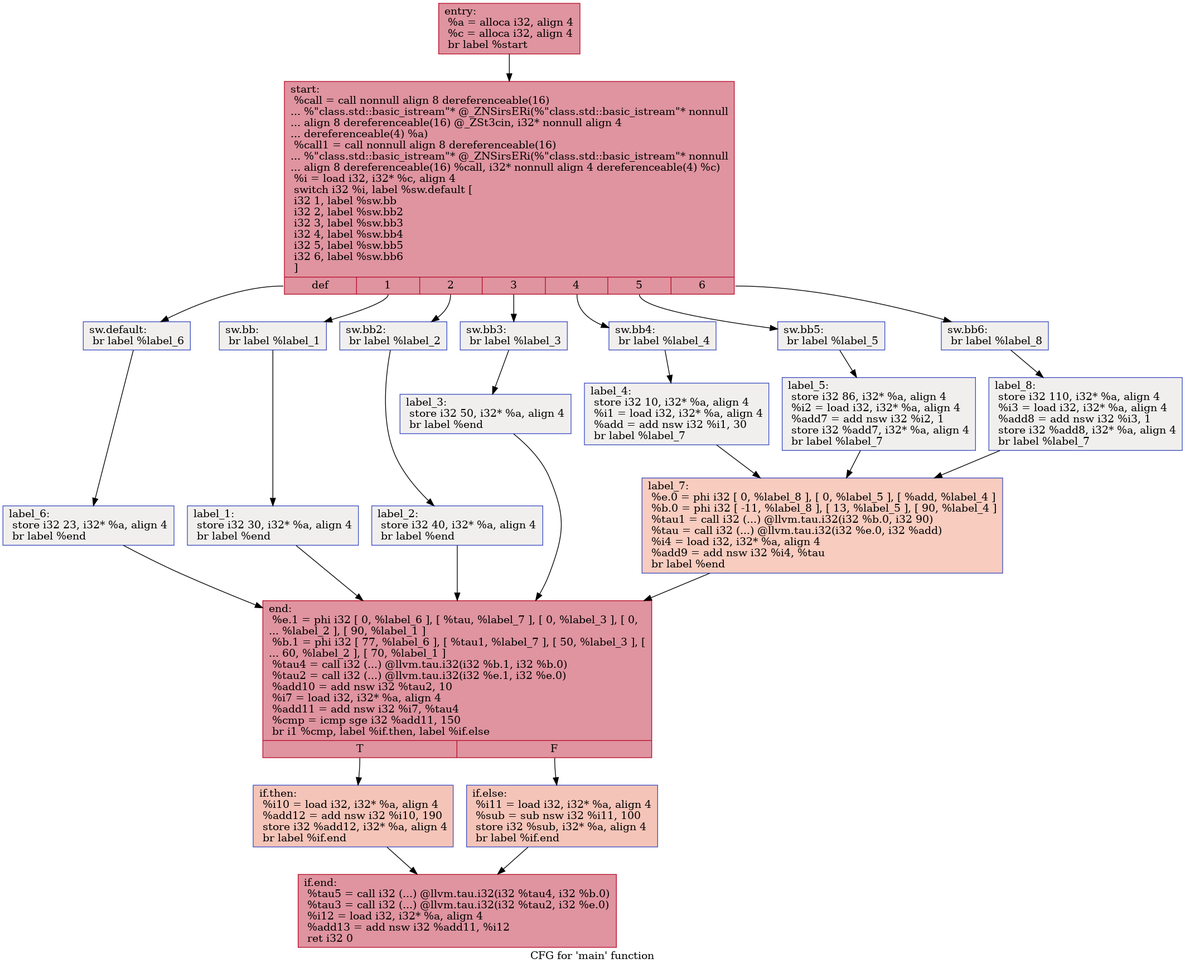
HPSSA-LLVM/HPSSA-LLVM keeps this Graphviz diagram as IR/cfg/afterHPSSA.dot.png. Above is the earlier version. Its source is kept beside it as IR/cfg/afterHPSSA.dot.
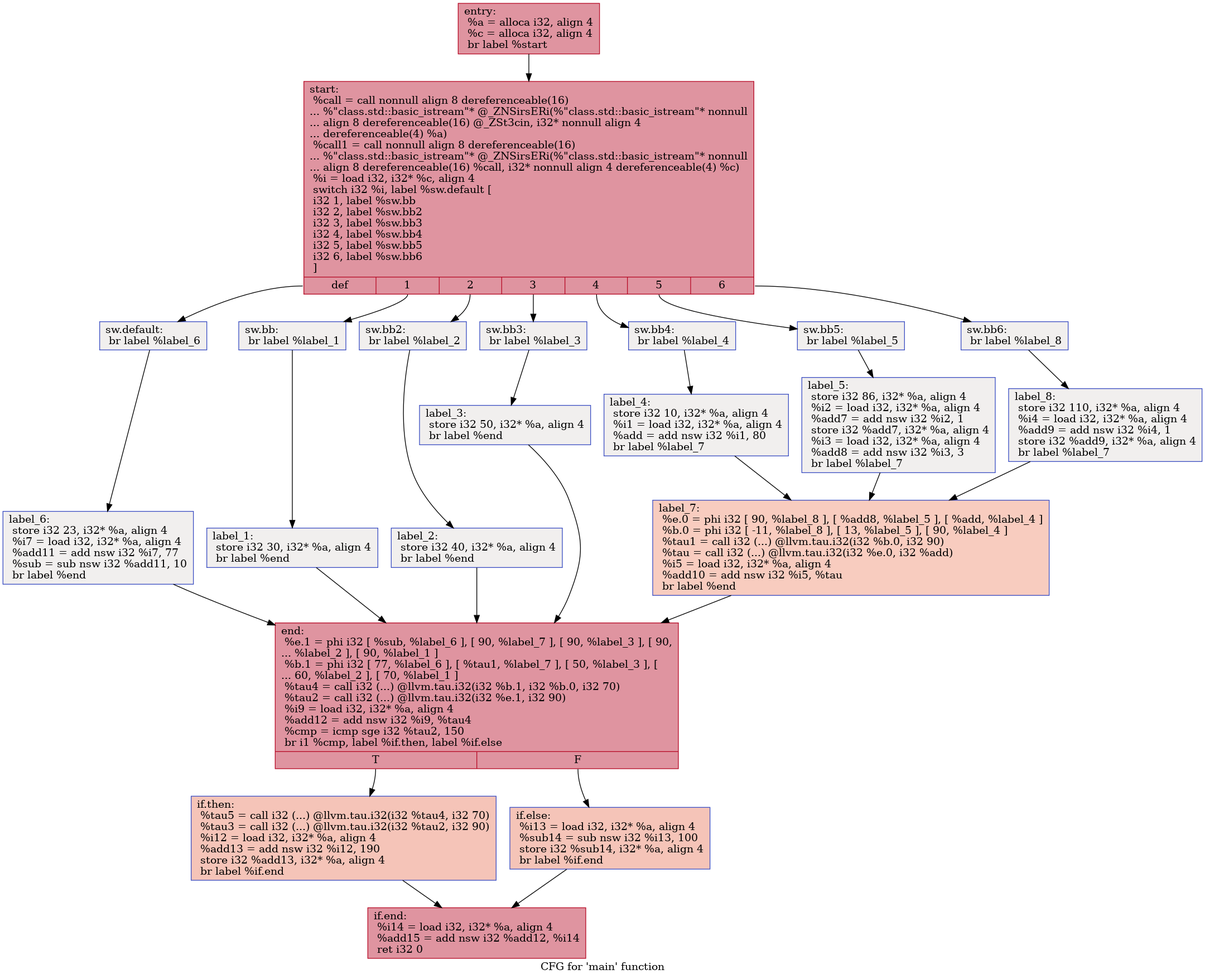
Later version of the same file.

The edit, as a diff of the source:
```diff
@@ -1,52 +1,52 @@
 digraph "CFG for 'main' function" {
 	label="CFG for 'main' function";
 
-	Node0x55a23bdbc6d0 [shape=record,color="#b70d28ff", style=filled, fillcolor="#b70d2870",label="{entry:\l  %a = alloca i32, align 4\l  %c = alloca i32, align 4\l  br label %start\l}"];
-	Node0x55a23bdbc6d0 -> Node0x55a23bdbc920;
-	Node0x55a23bdbc920 [shape=record,color="#b70d28ff", style=filled, fillcolor="#b70d2870",label="{start:                                            \l  %call = call nonnull align 8 dereferenceable(16)\l... %\"class.std::basic_istream\"* @_ZNSirsERi(%\"class.std::basic_istream\"* nonnull\l... align 8 dereferenceable(16) @_ZSt3cin, i32* nonnull align 4\l... dereferenceable(4) %a)\l  %call1 = call nonnull align 8 dereferenceable(16)\l... %\"class.std::basic_istream\"* @_ZNSirsERi(%\"class.std::basic_istream\"* nonnull\l... align 8 dereferenceable(16) %call, i32* nonnull align 4 dereferenceable(4) %c)\l  %i = load i32, i32* %c, align 4\l  switch i32 %i, label %sw.default [\l    i32 1, label %sw.bb\l    i32 2, label %sw.bb2\l    i32 3, label %sw.bb3\l    i32 4, label %sw.bb4\l    i32 5, label %sw.bb5\l    i32 6, label %sw.bb6\l  ]\l|{<s0>def|<s1>1|<s2>2|<s3>3|<s4>4|<s5>5|<s6>6}}"];
-	Node0x55a23bdbc920:s0 -> Node0x55a23bdbcdb0;
-	Node0x55a23bdbc920:s1 -> Node0x55a23bdbce90;
-	Node0x55a23bdbc920:s2 -> Node0x55a23bdbcf90;
-	Node0x55a23bdbc920:s3 -> Node0x55a23bdbd090;
-	Node0x55a23bdbc920:s4 -> Node0x55a23bdbd190;
-	Node0x55a23bdbc920:s5 -> Node0x55a23bdbd290;
-	Node0x55a23bdbc920:s6 -> Node0x55a23bdbd530;
-	Node0x55a23bdbce90 [shape=record,color="#3d50c3ff", style=filled, fillcolor="#e0dbd870",label="{sw.bb:                                            \l  br label %label_1\l}"];
-	Node0x55a23bdbce90 -> Node0x55a23bdbd820;
-	Node0x55a23bdbcf90 [shape=record,color="#3d50c3ff", style=filled, fillcolor="#e0dbd870",label="{sw.bb2:                                           \l  br label %label_2\l}"];
-	Node0x55a23bdbcf90 -> Node0x55a23bdbd900;
-	Node0x55a23bdbd090 [shape=record,color="#3d50c3ff", style=filled, fillcolor="#e0dbd870",label="{sw.bb3:                                           \l  br label %label_3\l}"];
-	Node0x55a23bdbd090 -> Node0x55a23bdbd9e0;
-	Node0x55a23bdbd190 [shape=record,color="#3d50c3ff", style=filled, fillcolor="#e0dbd870",label="{sw.bb4:                                           \l  br label %label_4\l}"];
-	Node0x55a23bdbd190 -> Node0x55a23bdbdac0;
-	Node0x55a23bdbd290 [shape=record,color="#3d50c3ff", style=filled, fillcolor="#e0dbd870",label="{sw.bb5:                                           \l  br label %label_5\l}"];
-	Node0x55a23bdbd290 -> Node0x55a23bdbdba0;
-	Node0x55a23bdbd530 [shape=record,color="#3d50c3ff", style=filled, fillcolor="#e0dbd870",label="{sw.bb6:                                           \l  br label %label_8\l}"];
-	Node0x55a23bdbd530 -> Node0x55a23bdbdc80;
-	Node0x55a23bdbcdb0 [shape=record,color="#3d50c3ff", style=filled, fillcolor="#e0dbd870",label="{sw.default:                                       \l  br label %label_6\l}"];
-	Node0x55a23bdbcdb0 -> Node0x55a23bdbdd60;
-	Node0x55a23bdbd820 [shape=record,color="#3d50c3ff", style=filled, fillcolor="#e0dbd870",label="{label_1:                                          \l  store i32 30, i32* %a, align 4\l  br label %end\l}"];
-	Node0x55a23bdbd820 -> Node0x55a23bdbdf00;
-	Node0x55a23bdbd900 [shape=record,color="#3d50c3ff", style=filled, fillcolor="#e0dbd870",label="{label_2:                                          \l  store i32 40, i32* %a, align 4\l  br label %end\l}"];
-	Node0x55a23bdbd900 -> Node0x55a23bdbdf00;
-	Node0x55a23bdbd9e0 [shape=record,color="#3d50c3ff", style=filled, fillcolor="#e0dbd870",label="{label_3:                                          \l  store i32 50, i32* %a, align 4\l  br label %end\l}"];
-	Node0x55a23bdbd9e0 -> Node0x55a23bdbdf00;
-	Node0x55a23bdbdac0 [shape=record,color="#3d50c3ff", style=filled, fillcolor="#e0dbd870",label="{label_4:                                          \l  store i32 10, i32* %a, align 4\l  %i1 = load i32, i32* %a, align 4\l  %add = add nsw i32 %i1, 30\l  br label %label_7\l}"];
-	Node0x55a23bdbdac0 -> Node0x55a23bdbe440;
-	Node0x55a23bdbdba0 [shape=record,color="#3d50c3ff", style=filled, fillcolor="#e0dbd870",label="{label_5:                                          \l  store i32 86, i32* %a, align 4\l  %i2 = load i32, i32* %a, align 4\l  %add7 = add nsw i32 %i2, 1\l  store i32 %add7, i32* %a, align 4\l  br label %label_7\l}"];
-	Node0x55a23bdbdba0 -> Node0x55a23bdbe440;
-	Node0x55a23bdbdc80 [shape=record,color="#3d50c3ff", style=filled, fillcolor="#e0dbd870",label="{label_8:                                          \l  store i32 110, i32* %a, align 4\l  %i3 = load i32, i32* %a, align 4\l  %add8 = add nsw i32 %i3, 1\l  store i32 %add8, i32* %a, align 4\l  br label %label_7\l}"];
-	Node0x55a23bdbdc80 -> Node0x55a23bdbe440;
-	Node0x55a23bdbe440 [shape=record,color="#3d50c3ff", style=filled, fillcolor="#f08b6e70",label="{label_7:                                          \l  %e.0 = phi i32 [ 0, %label_8 ], [ 0, %label_5 ], [ %add, %label_4 ]\l  %b.0 = phi i32 [ -11, %label_8 ], [ 13, %label_5 ], [ 90, %label_4 ]\l  %tau1 = call i32 (...) @llvm.tau.i32(i32 %b.0, i32 90)\l  %tau = call i32 (...) @llvm.tau.i32(i32 %e.0, i32 %add)\l  %i4 = load i32, i32* %a, align 4\l  %add9 = add nsw i32 %i4, %tau\l  br label %end\l}"];
-	Node0x55a23bdbe440 -> Node0x55a23bdbdf00;
-	Node0x55a23bdbdd60 [shape=record,color="#3d50c3ff", style=filled, fillcolor="#e0dbd870",label="{label_6:                                          \l  store i32 23, i32* %a, align 4\l  br label %end\l}"];
-	Node0x55a23bdbdd60 -> Node0x55a23bdbdf00;
-	Node0x55a23bdbdf00 [shape=record,color="#b70d28ff", style=filled, fillcolor="#b70d2870",label="{end:                                              \l  %e.1 = phi i32 [ 0, %label_6 ], [ %tau, %label_7 ], [ 0, %label_3 ], [ 0,\l... %label_2 ], [ 90, %label_1 ]\l  %b.1 = phi i32 [ 77, %label_6 ], [ %tau1, %label_7 ], [ 50, %label_3 ], [\l... 60, %label_2 ], [ 70, %label_1 ]\l  %tau4 = call i32 (...) @llvm.tau.i32(i32 %b.1, i32 %b.0)\l  %tau2 = call i32 (...) @llvm.tau.i32(i32 %e.1, i32 %e.0)\l  %add10 = add nsw i32 %tau2, 10\l  %i7 = load i32, i32* %a, align 4\l  %add11 = add nsw i32 %i7, %tau4\l  %cmp = icmp sge i32 %add11, 150\l  br i1 %cmp, label %if.then, label %if.else\l|{<s0>T|<s1>F}}"];
-	Node0x55a23bdbdf00:s0 -> Node0x55a23bdc0700;
-	Node0x55a23bdbdf00:s1 -> Node0x55a23bdc0770;
-	Node0x55a23bdc0700 [shape=record,color="#3d50c3ff", style=filled, fillcolor="#e97a5f70",label="{if.then:                                          \l  %i10 = load i32, i32* %a, align 4\l  %add12 = add nsw i32 %i10, 190\l  store i32 %add12, i32* %a, align 4\l  br label %if.end\l}"];
-	Node0x55a23bdc0700 -> Node0x55a23bdc0a90;
-	Node0x55a23bdc0770 [shape=record,color="#3d50c3ff", style=filled, fillcolor="#e97a5f70",label="{if.else:                                          \l  %i11 = load i32, i32* %a, align 4\l  %sub = sub nsw i32 %i11, 100\l  store i32 %sub, i32* %a, align 4\l  br label %if.end\l}"];
-	Node0x55a23bdc0770 -> Node0x55a23bdc0a90;
-	Node0x55a23bdc0a90 [shape=record,color="#b70d28ff", style=filled, fillcolor="#b70d2870",label="{if.end:                                           \l  %tau5 = call i32 (...) @llvm.tau.i32(i32 %tau4, i32 %b.0)\l  %tau3 = call i32 (...) @llvm.tau.i32(i32 %tau2, i32 %e.0)\l  %i12 = load i32, i32* %a, align 4\l  %add13 = add nsw i32 %add11, %i12\l  ret i32 0\l}"];
+	Node0x5627f367e760 [shape=record,color="#b70d28ff", style=filled, fillcolor="#b70d2870",label="{entry:\l  %a = alloca i32, align 4\l  %c = alloca i32, align 4\l  br label %start\l}"];
+	Node0x5627f367e760 -> Node0x5627f367e9b0;
+	Node0x5627f367e9b0 [shape=record,color="#b70d28ff", style=filled, fillcolor="#b70d2870",label="{start:                                            \l  %call = call nonnull align 8 dereferenceable(16)\l... %\"class.std::basic_istream\"* @_ZNSirsERi(%\"class.std::basic_istream\"* nonnull\l... align 8 dereferenceable(16) @_ZSt3cin, i32* nonnull align 4\l... dereferenceable(4) %a)\l  %call1 = call nonnull align 8 dereferenceable(16)\l... %\"class.std::basic_istream\"* @_ZNSirsERi(%\"class.std::basic_istream\"* nonnull\l... align 8 dereferenceable(16) %call, i32* nonnull align 4 dereferenceable(4) %c)\l  %i = load i32, i32* %c, align 4\l  switch i32 %i, label %sw.default [\l    i32 1, label %sw.bb\l    i32 2, label %sw.bb2\l    i32 3, label %sw.bb3\l    i32 4, label %sw.bb4\l    i32 5, label %sw.bb5\l    i32 6, label %sw.bb6\l  ]\l|{<s0>def|<s1>1|<s2>2|<s3>3|<s4>4|<s5>5|<s6>6}}"];
+	Node0x5627f367e9b0:s0 -> Node0x5627f367ee40;
+	Node0x5627f367e9b0:s1 -> Node0x5627f367ef20;
+	Node0x5627f367e9b0:s2 -> Node0x5627f367f020;
+	Node0x5627f367e9b0:s3 -> Node0x5627f367f120;
+	Node0x5627f367e9b0:s4 -> Node0x5627f367f220;
+	Node0x5627f367e9b0:s5 -> Node0x5627f367f320;
+	Node0x5627f367e9b0:s6 -> Node0x5627f367f5c0;
+	Node0x5627f367ef20 [shape=record,color="#3d50c3ff", style=filled, fillcolor="#e0dbd870",label="{sw.bb:                                            \l  br label %label_1\l}"];
+	Node0x5627f367ef20 -> Node0x5627f367f8b0;
+	Node0x5627f367f020 [shape=record,color="#3d50c3ff", style=filled, fillcolor="#e0dbd870",label="{sw.bb2:                                           \l  br label %label_2\l}"];
+	Node0x5627f367f020 -> Node0x5627f367f990;
+	Node0x5627f367f120 [shape=record,color="#3d50c3ff", style=filled, fillcolor="#e0dbd870",label="{sw.bb3:                                           \l  br label %label_3\l}"];
+	Node0x5627f367f120 -> Node0x5627f367fa70;
+	Node0x5627f367f220 [shape=record,color="#3d50c3ff", style=filled, fillcolor="#e0dbd870",label="{sw.bb4:                                           \l  br label %label_4\l}"];
+	Node0x5627f367f220 -> Node0x5627f367fb50;
+	Node0x5627f367f320 [shape=record,color="#3d50c3ff", style=filled, fillcolor="#e0dbd870",label="{sw.bb5:                                           \l  br label %label_5\l}"];
+	Node0x5627f367f320 -> Node0x5627f367fc30;
+	Node0x5627f367f5c0 [shape=record,color="#3d50c3ff", style=filled, fillcolor="#e0dbd870",label="{sw.bb6:                                           \l  br label %label_8\l}"];
+	Node0x5627f367f5c0 -> Node0x5627f367fd10;
+	Node0x5627f367ee40 [shape=record,color="#3d50c3ff", style=filled, fillcolor="#e0dbd870",label="{sw.default:                                       \l  br label %label_6\l}"];
+	Node0x5627f367ee40 -> Node0x5627f367fdf0;
+	Node0x5627f367f8b0 [shape=record,color="#3d50c3ff", style=filled, fillcolor="#e0dbd870",label="{label_1:                                          \l  store i32 30, i32* %a, align 4\l  br label %end\l}"];
+	Node0x5627f367f8b0 -> Node0x5627f367ff90;
+	Node0x5627f367f990 [shape=record,color="#3d50c3ff", style=filled, fillcolor="#e0dbd870",label="{label_2:                                          \l  store i32 40, i32* %a, align 4\l  br label %end\l}"];
+	Node0x5627f367f990 -> Node0x5627f367ff90;
+	Node0x5627f367fa70 [shape=record,color="#3d50c3ff", style=filled, fillcolor="#e0dbd870",label="{label_3:                                          \l  store i32 50, i32* %a, align 4\l  br label %end\l}"];
+	Node0x5627f367fa70 -> Node0x5627f367ff90;
+	Node0x5627f367fb50 [shape=record,color="#3d50c3ff", style=filled, fillcolor="#e0dbd870",label="{label_4:                                          \l  store i32 10, i32* %a, align 4\l  %i1 = load i32, i32* %a, align 4\l  %add = add nsw i32 %i1, 80\l  br label %label_7\l}"];
+	Node0x5627f367fb50 -> Node0x5627f3680500;
+	Node0x5627f367fc30 [shape=record,color="#3d50c3ff", style=filled, fillcolor="#e0dbd870",label="{label_5:                                          \l  store i32 86, i32* %a, align 4\l  %i2 = load i32, i32* %a, align 4\l  %add7 = add nsw i32 %i2, 1\l  store i32 %add7, i32* %a, align 4\l  %i3 = load i32, i32* %a, align 4\l  %add8 = add nsw i32 %i3, 3\l  br label %label_7\l}"];
+	Node0x5627f367fc30 -> Node0x5627f3680500;
+	Node0x5627f367fd10 [shape=record,color="#3d50c3ff", style=filled, fillcolor="#e0dbd870",label="{label_8:                                          \l  store i32 110, i32* %a, align 4\l  %i4 = load i32, i32* %a, align 4\l  %add9 = add nsw i32 %i4, 1\l  store i32 %add9, i32* %a, align 4\l  br label %label_7\l}"];
+	Node0x5627f367fd10 -> Node0x5627f3680500;
+	Node0x5627f3680500 [shape=record,color="#3d50c3ff", style=filled, fillcolor="#f08b6e70",label="{label_7:                                          \l  %e.0 = phi i32 [ 90, %label_8 ], [ %add8, %label_5 ], [ %add, %label_4 ]\l  %b.0 = phi i32 [ -11, %label_8 ], [ 13, %label_5 ], [ 90, %label_4 ]\l  %tau1 = call i32 (...) @llvm.tau.i32(i32 %b.0, i32 90)\l  %tau = call i32 (...) @llvm.tau.i32(i32 %e.0, i32 %add)\l  %i5 = load i32, i32* %a, align 4\l  %add10 = add nsw i32 %i5, %tau\l  br label %end\l}"];
+	Node0x5627f3680500 -> Node0x5627f367ff90;
+	Node0x5627f367fdf0 [shape=record,color="#3d50c3ff", style=filled, fillcolor="#e0dbd870",label="{label_6:                                          \l  store i32 23, i32* %a, align 4\l  %i7 = load i32, i32* %a, align 4\l  %add11 = add nsw i32 %i7, 77\l  %sub = sub nsw i32 %add11, 10\l  br label %end\l}"];
+	Node0x5627f367fdf0 -> Node0x5627f367ff90;
+	Node0x5627f367ff90 [shape=record,color="#b70d28ff", style=filled, fillcolor="#b70d2870",label="{end:                                              \l  %e.1 = phi i32 [ %sub, %label_6 ], [ 90, %label_7 ], [ 90, %label_3 ], [ 90,\l... %label_2 ], [ 90, %label_1 ]\l  %b.1 = phi i32 [ 77, %label_6 ], [ %tau1, %label_7 ], [ 50, %label_3 ], [\l... 60, %label_2 ], [ 70, %label_1 ]\l  %tau4 = call i32 (...) @llvm.tau.i32(i32 %b.1, i32 %b.0, i32 70)\l  %tau2 = call i32 (...) @llvm.tau.i32(i32 %e.1, i32 90)\l  %i9 = load i32, i32* %a, align 4\l  %add12 = add nsw i32 %i9, %tau4\l  %cmp = icmp sge i32 %tau2, 150\l  br i1 %cmp, label %if.then, label %if.else\l|{<s0>T|<s1>F}}"];
+	Node0x5627f367ff90:s0 -> Node0x5627f3682980;
+	Node0x5627f367ff90:s1 -> Node0x5627f36829f0;
+	Node0x5627f3682980 [shape=record,color="#3d50c3ff", style=filled, fillcolor="#e97a5f70",label="{if.then:                                          \l  %tau5 = call i32 (...) @llvm.tau.i32(i32 %tau4, i32 70)\l  %tau3 = call i32 (...) @llvm.tau.i32(i32 %tau2, i32 90)\l  %i12 = load i32, i32* %a, align 4\l  %add13 = add nsw i32 %i12, 190\l  store i32 %add13, i32* %a, align 4\l  br label %if.end\l}"];
+	Node0x5627f3682980 -> Node0x5627f3683590;
+	Node0x5627f36829f0 [shape=record,color="#3d50c3ff", style=filled, fillcolor="#e97a5f70",label="{if.else:                                          \l  %i13 = load i32, i32* %a, align 4\l  %sub14 = sub nsw i32 %i13, 100\l  store i32 %sub14, i32* %a, align 4\l  br label %if.end\l}"];
+	Node0x5627f36829f0 -> Node0x5627f3683590;
+	Node0x5627f3683590 [shape=record,color="#b70d28ff", style=filled, fillcolor="#b70d2870",label="{if.end:                                           \l  %i14 = load i32, i32* %a, align 4\l  %add15 = add nsw i32 %add12, %i14\l  ret i32 0\l}"];
 }
```
